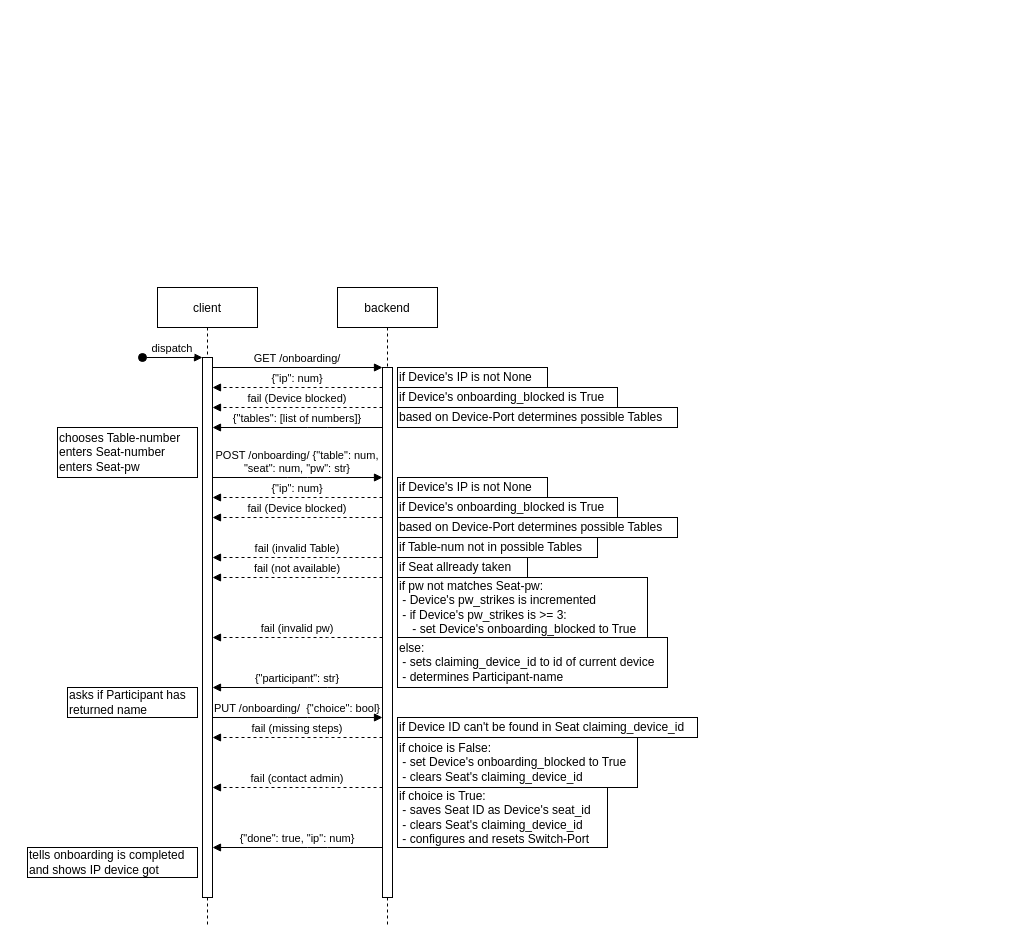
The draw.io diagram docs/onboarding_sequence.drawio in nils-ost/LanPartyOnboardingSystem, before the edit. Source tidied: cells renumbered, new cells numbered last; positions are measured from the earlier drawing's top-left corner, leaving out a move shared by most shapes. Both pictures are drawn from the tidied source at 100%, with x=0, y=0 at pixel (27, 287).
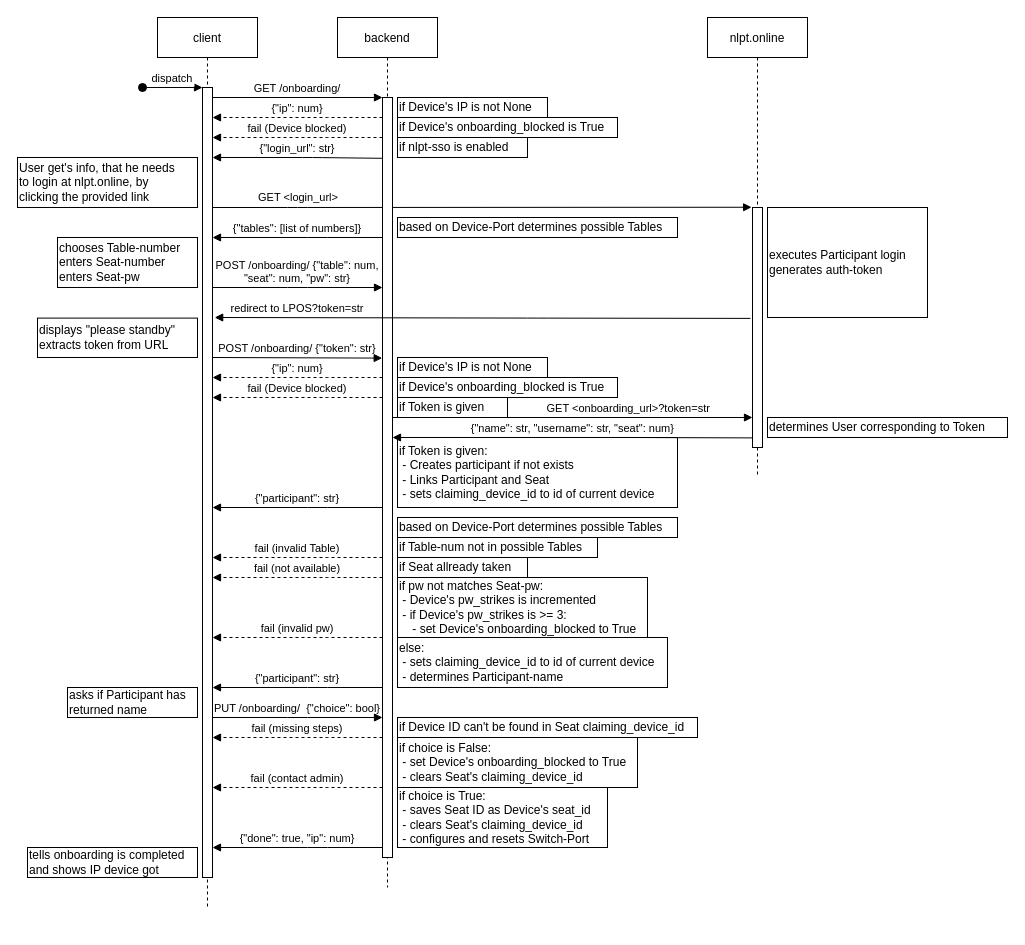
Above is the later version.

Commit message:
planed out how new onboarding-sequnce could work, considering nlpt-sso

What changed in the source:
```diff
@@
     <mxCell id="2" value="client" style="shape=umlLifeline;perimeter=lifelinePerimeter;rounded=0;shadow=0;strokeWidth=1;" parent="1" vertex="1">
-      <mxGeometry x="130" width="100" height="640" as="geometry" />
+      <mxGeometry x="130" y="-270" width="100" height="890" as="geometry" />
     </mxCell>
     <mxCell id="3" style="points=[];perimeter=orthogonalPerimeter;rounded=0;shadow=0;strokeWidth=1;" parent="2" vertex="1">
-      <mxGeometry x="45" y="70" width="10" height="540" as="geometry" />
+      <mxGeometry x="45" y="70" width="10" height="790" as="geometry" />
     </mxCell>
@@
-    <mxCell id="5" value="asks if Participant has&lt;br&gt;returned name" style="rounded=0;whiteSpace=wrap;html=1;align=left;" parent="2" vertex="1">
-      <mxGeometry x="-90" y="400" width="130" height="30" as="geometry" />
-    </mxCell>
+    <mxCell id="38" value="User get's info, that he needs&lt;br&gt;to login at nlpt.online, by&lt;br&gt;clicking the provided link" style="rounded=0;whiteSpace=wrap;html=1;align=left;" parent="2" vertex="1">
+      <mxGeometry x="-140" y="140" width="180" height="50" as="geometry" />
+    </mxCell>
+    <mxCell id="39" value="GET &lt;login_url&gt;" style="verticalAlign=bottom;endArrow=block;shadow=0;strokeWidth=1;labelBackgroundColor=none;entryX=-0.09;entryY=-0.001;entryDx=0;entryDy=0;entryPerimeter=0;" parent="2" edge="1" target="45">
+      <mxGeometry x="-0.68" y="1" relative="1" as="geometry">
+        <mxPoint x="55" y="190" as="sourcePoint" />
+        <Array as="points">
+          <mxPoint x="140" y="190" />
+        </Array>
+      </mxGeometry>
+    </mxCell>
     <mxCell id="6" value="backend" style="shape=umlLifeline;perimeter=lifelinePerimeter;rounded=0;shadow=0;strokeWidth=1;" parent="1" vertex="1">
-      <mxGeometry x="310" width="100" height="640" as="geometry" />
+      <mxGeometry x="310" y="-270" width="100" height="870" as="geometry" />
     </mxCell>
     <mxCell id="7" style="points=[];perimeter=orthogonalPerimeter;rounded=0;shadow=0;strokeWidth=1;" parent="6" vertex="1">
-      <mxGeometry x="45" y="80" width="10" height="530" as="geometry" />
+      <mxGeometry x="45" y="80" width="10" height="760" as="geometry" />
     </mxCell>
+    <mxCell id="13" value="fail (Device blocked)" style="verticalAlign=bottom;endArrow=block;shadow=0;strokeWidth=1;dashed=1;" parent="6" edge="1">
+      <mxGeometry relative="1" as="geometry">
+        <mxPoint x="45" y="120" as="sourcePoint" />
+        <mxPoint x="-125" y="120" as="targetPoint" />
+        <Array as="points">
+          <mxPoint x="-20" y="120" />
+        </Array>
+      </mxGeometry>
+    </mxCell>
+    <mxCell id="19" value="{&quot;ip&quot;: num}" style="verticalAlign=bottom;endArrow=block;shadow=0;strokeWidth=1;dashed=1;" parent="6" edge="1">
+      <mxGeometry relative="1" as="geometry">
+        <mxPoint x="45" y="100" as="sourcePoint" />
+        <mxPoint x="-125" y="100" as="targetPoint" />
+        <Array as="points">
+          <mxPoint x="-20" y="100" />
+        </Array>
+      </mxGeometry>
+    </mxCell>
+    <mxCell id="40" value="if nlpt-sso is enabled" style="rounded=0;whiteSpace=wrap;html=1;align=left;" parent="6" vertex="1">
+      <mxGeometry x="60" y="120" width="130" height="20" as="geometry" />
+    </mxCell>
+    <mxCell id="12" value="{&quot;tables&quot;: [list of numbers]}" style="verticalAlign=bottom;endArrow=block;shadow=0;strokeWidth=1;" parent="6" edge="1">
+      <mxGeometry relative="1" as="geometry">
+        <mxPoint x="45" y="220" as="sourcePoint" />
+        <mxPoint x="-125" y="220" as="targetPoint" />
+        <Array as="points">
+          <mxPoint x="-20" y="220" />
+        </Array>
+      </mxGeometry>
+    </mxCell>
+    <mxCell id="14" value="POST /onboarding/ {&quot;table&quot;: num,&#10;&quot;seat&quot;: num, &quot;pw&quot;: str}" style="verticalAlign=bottom;endArrow=block;entryX=0;entryY=0;shadow=0;strokeWidth=1;labelBackgroundColor=none;" parent="6" edge="1">
+      <mxGeometry relative="1" as="geometry">
+        <mxPoint x="-125" y="270" as="sourcePoint" />
+        <mxPoint x="45" y="270" as="targetPoint" />
+        <Array as="points">
+          <mxPoint x="-40" y="270" />
+        </Array>
+      </mxGeometry>
+    </mxCell>
+    <mxCell id="20" value="{&quot;ip&quot;: num}" style="verticalAlign=bottom;endArrow=block;shadow=0;strokeWidth=1;dashed=1;" parent="6" edge="1">
+      <mxGeometry relative="1" as="geometry">
+        <mxPoint x="45" y="360" as="sourcePoint" />
+        <mxPoint x="-125" y="360" as="targetPoint" />
+        <Array as="points">
+          <mxPoint x="-20" y="360" />
+        </Array>
+      </mxGeometry>
+    </mxCell>
+    <mxCell id="15" value="fail (Device blocked)" style="verticalAlign=bottom;endArrow=block;shadow=0;strokeWidth=1;dashed=1;" parent="6" edge="1">
+      <mxGeometry relative="1" as="geometry">
+        <mxPoint x="45" y="380" as="sourcePoint" />
+        <mxPoint x="-125" y="380" as="targetPoint" />
+        <Array as="points">
+          <mxPoint x="-20" y="380" />
+        </Array>
+      </mxGeometry>
+    </mxCell>
     <mxCell id="8" value="fail (invalid Table)" style="verticalAlign=bottom;endArrow=block;shadow=0;strokeWidth=1;dashed=1;" parent="6" edge="1">
       <mxGeometry relative="1" as="geometry">
-        <mxPoint x="45" y="270" as="sourcePoint" />
-        <mxPoint x="-125" y="270" as="targetPoint" />
+        <mxPoint x="45" y="540" as="sourcePoint" />
+        <mxPoint x="-125" y="540" as="targetPoint" />
         <Array as="points">
-          <mxPoint x="-20" y="270" />
+          <mxPoint x="-20" y="540" />
         </Array>
       </mxGeometry>
     </mxCell>
     <mxCell id="9" value="fail (not available)" style="verticalAlign=bottom;endArrow=block;shadow=0;strokeWidth=1;dashed=1;" parent="6" edge="1">
       <mxGeometry relative="1" as="geometry">
-        <mxPoint x="45" y="290" as="sourcePoint" />
-        <mxPoint x="-125" y="290" as="targetPoint" />
+        <mxPoint x="45" y="560" as="sourcePoint" />
+        <mxPoint x="-125" y="560" as="targetPoint" />
         <Array as="points">
-          <mxPoint x="-20" y="290" />
+          <mxPoint x="-20" y="560" />
         </Array>
       </mxGeometry>
     </mxCell>
     <mxCell id="10" value="fail (invalid pw)" style="verticalAlign=bottom;endArrow=block;shadow=0;strokeWidth=1;dashed=1;" parent="6" edge="1">
       <mxGeometry relative="1" as="geometry">
-        <mxPoint x="45" y="350" as="sourcePoint" />
-        <mxPoint x="-125" y="350" as="targetPoint" />
+        <mxPoint x="45" y="620" as="sourcePoint" />
+        <mxPoint x="-125" y="620" as="targetPoint" />
         <Array as="points">
-          <mxPoint x="-20" y="350" />
+          <mxPoint x="-20" y="620" />
         </Array>
       </mxGeometry>
     </mxCell>
     <mxCell id="11" value="{&quot;participant&quot;: str}" style="verticalAlign=bottom;endArrow=block;shadow=0;strokeWidth=1;" parent="6" edge="1">
       <mxGeometry relative="1" as="geometry">
-        <mxPoint x="45" y="400" as="sourcePoint" />
-        <mxPoint x="-125" y="400" as="targetPoint" />
+        <mxPoint x="45" y="670" as="sourcePoint" />
+        <mxPoint x="-125" y="670" as="targetPoint" />
         <Array as="points">
-          <mxPoint x="-20" y="400" />
+          <mxPoint x="-20" y="670" />
         </Array>
       </mxGeometry>
     </mxCell>
-    <mxCell id="12" value="{&quot;tables&quot;: [list of numbers]}" style="verticalAlign=bottom;endArrow=block;shadow=0;strokeWidth=1;" parent="6" edge="1">
-      <mxGeometry relative="1" as="geometry">
-        <mxPoint x="45" y="140" as="sourcePoint" />
-        <mxPoint x="-125" y="140" as="targetPoint" />
-        <Array as="points">
-          <mxPoint x="-20" y="140" />
-        </Array>
-      </mxGeometry>
-    </mxCell>
-    <mxCell id="13" value="fail (Device blocked)" style="verticalAlign=bottom;endArrow=block;shadow=0;strokeWidth=1;dashed=1;" parent="6" edge="1">
-      <mxGeometry relative="1" as="geometry">
-        <mxPoint x="45" y="120" as="sourcePoint" />
-        <mxPoint x="-125" y="120" as="targetPoint" />
-        <Array as="points">
-          <mxPoint x="-20" y="120" />
-        </Array>
-      </mxGeometry>
-    </mxCell>
-    <mxCell id="14" value="POST /onboarding/ {&quot;table&quot;: num,&#10;&quot;seat&quot;: num, &quot;pw&quot;: str}" style="verticalAlign=bottom;endArrow=block;entryX=0;entryY=0;shadow=0;strokeWidth=1;labelBackgroundColor=none;" parent="6" edge="1">
-      <mxGeometry relative="1" as="geometry">
-        <mxPoint x="-125" y="190" as="sourcePoint" />
-        <mxPoint x="45" y="190" as="targetPoint" />
-        <Array as="points">
-          <mxPoint x="-40" y="190" />
-        </Array>
-      </mxGeometry>
-    </mxCell>
-    <mxCell id="15" value="fail (Device blocked)" style="verticalAlign=bottom;endArrow=block;shadow=0;strokeWidth=1;dashed=1;" parent="6" edge="1">
-      <mxGeometry relative="1" as="geometry">
-        <mxPoint x="45" y="230" as="sourcePoint" />
-        <mxPoint x="-125" y="230" as="targetPoint" />
-        <Array as="points">
-          <mxPoint x="-20" y="230" />
-        </Array>
-      </mxGeometry>
-    </mxCell>
     <mxCell id="16" value="PUT /onboarding/  {&quot;choice&quot;: bool}" style="verticalAlign=bottom;endArrow=block;entryX=0;entryY=0;shadow=0;strokeWidth=1;labelBackgroundColor=none;" parent="6" edge="1">
       <mxGeometry relative="1" as="geometry">
-        <mxPoint x="-125" y="430" as="sourcePoint" />
-        <mxPoint x="45" y="430" as="targetPoint" />
+        <mxPoint x="-125" y="700" as="sourcePoint" />
+        <mxPoint x="45" y="700" as="targetPoint" />
         <Array as="points">
-          <mxPoint x="-40" y="430" />
+          <mxPoint x="-40" y="700" />
         </Array>
       </mxGeometry>
     </mxCell>
     <mxCell id="17" value="fail (missing steps)" style="verticalAlign=bottom;endArrow=block;shadow=0;strokeWidth=1;dashed=1;" parent="6" edge="1">
       <mxGeometry relative="1" as="geometry">
-        <mxPoint x="45" y="450" as="sourcePoint" />
-        <mxPoint x="-125" y="450" as="targetPoint" />
+        <mxPoint x="45" y="720" as="sourcePoint" />
+        <mxPoint x="-125" y="720" as="targetPoint" />
         <Array as="points">
-          <mxPoint x="-20" y="450" />
+          <mxPoint x="-20" y="720" />
         </Array>
       </mxGeometry>
     </mxCell>
     <mxCell id="18" value="fail (contact admin)" style="verticalAlign=bottom;endArrow=block;shadow=0;strokeWidth=1;dashed=1;" parent="6" edge="1">
       <mxGeometry relative="1" as="geometry">
-        <mxPoint x="45" y="500" as="sourcePoint" />
-        <mxPoint x="-125" y="500" as="targetPoint" />
+        <mxPoint x="45" y="770" as="sourcePoint" />
+        <mxPoint x="-125" y="770" as="targetPoint" />
         <Array as="points">
-          <mxPoint x="-20" y="500" />
+          <mxPoint x="-20" y="770" />
         </Array>
       </mxGeometry>
     </mxCell>
-    <mxCell id="19" value="{&quot;ip&quot;: num}" style="verticalAlign=bottom;endArrow=block;shadow=0;strokeWidth=1;dashed=1;" parent="6" edge="1">
-      <mxGeometry relative="1" as="geometry">
-        <mxPoint x="45" y="100" as="sourcePoint" />
-        <mxPoint x="-125" y="100" as="targetPoint" />
-        <Array as="points">
-          <mxPoint x="-20" y="100" />
-        </Array>
-      </mxGeometry>
-    </mxCell>
-    <mxCell id="20" value="{&quot;ip&quot;: num}" style="verticalAlign=bottom;endArrow=block;shadow=0;strokeWidth=1;dashed=1;" parent="6" edge="1">
-      <mxGeometry relative="1" as="geometry">
-        <mxPoint x="45" y="210" as="sourcePoint" />
-        <mxPoint x="-125" y="210" as="targetPoint" />
-        <Array as="points">
-          <mxPoint x="-20" y="210" />
-        </Array>
-      </mxGeometry>
-    </mxCell>
     <mxCell id="21" value="{&quot;done&quot;: true, &quot;ip&quot;: num}" style="verticalAlign=bottom;endArrow=block;shadow=0;strokeWidth=1;" parent="6" edge="1">
       <mxGeometry relative="1" as="geometry">
-        <mxPoint x="45" y="560" as="sourcePoint" />
-        <mxPoint x="-125" y="560" as="targetPoint" />
+        <mxPoint x="45" y="830" as="sourcePoint" />
+        <mxPoint x="-125" y="830" as="targetPoint" />
         <Array as="points">
-          <mxPoint x="-20" y="560" />
+          <mxPoint x="-20" y="830" />
         </Array>
       </mxGeometry>
     </mxCell>
+    <mxCell id="30" value="if Device's onboarding_blocked is True" style="rounded=0;whiteSpace=wrap;html=1;align=left;" parent="6" vertex="1">
+      <mxGeometry x="60" y="360" width="220" height="20" as="geometry" />
+    </mxCell>
+    <mxCell id="41" value="if Token is given" style="rounded=0;whiteSpace=wrap;html=1;align=left;" parent="6" vertex="1">
+      <mxGeometry x="60" y="380" width="110" height="20" as="geometry" />
+    </mxCell>
+    <mxCell id="42" value="GET &lt;onboarding_url&gt;?token=str" style="verticalAlign=bottom;endArrow=block;shadow=0;strokeWidth=1;labelBackgroundColor=none;exitX=1;exitY=0.253;exitDx=0;exitDy=0;exitPerimeter=0;" parent="6" edge="1" target="45">
+      <mxGeometry x="0.31" relative="1" as="geometry">
+        <mxPoint x="55.2" y="400" as="sourcePoint" />
+      </mxGeometry>
+    </mxCell>
+    <mxCell id="43" value="{&quot;participant&quot;: str}" style="verticalAlign=bottom;endArrow=block;shadow=0;strokeWidth=1;" parent="6" edge="1">
+      <mxGeometry relative="1" as="geometry">
+        <mxPoint x="45" y="490" as="sourcePoint" />
+        <mxPoint x="-125" y="490" as="targetPoint" />
+        <Array as="points">
+          <mxPoint x="-20" y="490" />
+        </Array>
+      </mxGeometry>
+    </mxCell>
@@
+    <mxCell id="29" value="if Device's onboarding_blocked is True" style="rounded=0;whiteSpace=wrap;html=1;align=left;" parent="1" vertex="1">
+      <mxGeometry x="370" y="-170" width="220" height="20" as="geometry" />
+    </mxCell>
+    <mxCell id="34" value="if Device's IP is not None" style="rounded=0;whiteSpace=wrap;html=1;align=left;" parent="1" vertex="1">
+      <mxGeometry x="370" y="-190" width="150" height="20" as="geometry" />
+    </mxCell>
+    <mxCell id="44" value="nlpt.online" style="shape=umlLifeline;perimeter=lifelinePerimeter;rounded=0;shadow=0;strokeWidth=1;" parent="1" vertex="1">
+      <mxGeometry x="680" y="-270" width="100" height="460" as="geometry" />
+    </mxCell>
+    <mxCell id="45" style="points=[];perimeter=orthogonalPerimeter;rounded=0;shadow=0;strokeWidth=1;" parent="44" vertex="1">
+      <mxGeometry x="45" y="190" width="10" height="240" as="geometry" />
+    </mxCell>
+    <mxCell id="46" value="{&quot;login_url&quot;: str}" style="verticalAlign=bottom;endArrow=block;shadow=0;strokeWidth=1;exitX=0;exitY=0.08;exitDx=0;exitDy=0;exitPerimeter=0;" parent="1" edge="1" source="7" target="3">
+      <mxGeometry relative="1" as="geometry">
+        <Array as="points">
+          <mxPoint x="285" y="-130" />
+        </Array>
+      </mxGeometry>
+    </mxCell>
+    <mxCell id="37" value="tells onboarding is completed&lt;br&gt;and shows IP device got" style="rounded=0;whiteSpace=wrap;html=1;align=left;" parent="1" vertex="1">
+      <mxGeometry y="560" width="170" height="30" as="geometry" />
+    </mxCell>
+    <mxCell id="5" value="asks if Participant has&lt;br&gt;returned name" style="rounded=0;whiteSpace=wrap;html=1;align=left;" parent="1" vertex="1">
+      <mxGeometry x="40" y="400" width="130" height="30" as="geometry" />
+    </mxCell>
+    <mxCell id="35" value="chooses Table-number&lt;br&gt;enters Seat-number&lt;br&gt;enters Seat-pw" style="rounded=0;whiteSpace=wrap;html=1;align=left;" parent="1" vertex="1">
+      <mxGeometry x="30" y="-50" width="140" height="50" as="geometry" />
+    </mxCell>
+    <mxCell id="47" value="executes Participant login&lt;br&gt;generates auth-token" style="rounded=0;whiteSpace=wrap;html=1;align=left;" parent="1" vertex="1">
+      <mxGeometry x="740" y="-80" width="160" height="110" as="geometry" />
+    </mxCell>
     <mxCell id="23" value="based on Device-Port determines possible Tables" style="rounded=0;whiteSpace=wrap;html=1;align=left;" parent="1" vertex="1">
-      <mxGeometry x="370" y="120" width="280" height="20" as="geometry" />
+      <mxGeometry x="370" y="-70" width="280" height="20" as="geometry" />
     </mxCell>
-    <mxCell id="24" value="if pw not matches Seat-pw:&lt;br&gt;&amp;nbsp;- Device's pw_strikes is incremented&lt;br&gt;&amp;nbsp;- if Device's pw_strikes is &amp;gt;= 3:&lt;br&gt;&amp;nbsp; &amp;nbsp; - set Device's onboarding_blocked to True" style="rounded=0;whiteSpace=wrap;html=1;align=left;" parent="1" vertex="1">
-      <mxGeometry x="370" y="290" width="250" height="60" as="geometry" />
-    </mxCell>
-    <mxCell id="25" value="else:&lt;br&gt;&amp;nbsp;- sets claiming_device_id to id of current device&lt;br&gt;&amp;nbsp;- determines Participant-name" style="rounded=0;whiteSpace=wrap;html=1;align=left;" parent="1" vertex="1">
-      <mxGeometry x="370" y="350" width="270" height="50" as="geometry" />
-    </mxCell>
+    <mxCell id="36" value="if Device's IP is not None" style="rounded=0;whiteSpace=wrap;html=1;align=left;" parent="1" vertex="1">
+      <mxGeometry x="370" y="70" width="150" height="20" as="geometry" />
+    </mxCell>
@@
-    <mxCell id="29" value="if Device's onboarding_blocked is True" style="rounded=0;whiteSpace=wrap;html=1;align=left;" parent="1" vertex="1">
-      <mxGeometry x="370" y="100" width="220" height="20" as="geometry" />
-    </mxCell>
-    <mxCell id="30" value="if Device's onboarding_blocked is True" style="rounded=0;whiteSpace=wrap;html=1;align=left;" parent="1" vertex="1">
-      <mxGeometry x="370" y="210" width="220" height="20" as="geometry" />
-    </mxCell>
+    <mxCell id="24" value="if pw not matches Seat-pw:&lt;br&gt;&amp;nbsp;- Device's pw_strikes is incremented&lt;br&gt;&amp;nbsp;- if Device's pw_strikes is &amp;gt;= 3:&lt;br&gt;&amp;nbsp; &amp;nbsp; - set Device's onboarding_blocked to True" style="rounded=0;whiteSpace=wrap;html=1;align=left;" parent="1" vertex="1">
+      <mxGeometry x="370" y="290" width="250" height="60" as="geometry" />
+    </mxCell>
+    <mxCell id="25" value="else:&lt;br&gt;&amp;nbsp;- sets claiming_device_id to id of current device&lt;br&gt;&amp;nbsp;- determines Participant-name" style="rounded=0;whiteSpace=wrap;html=1;align=left;" parent="1" vertex="1">
+      <mxGeometry x="370" y="350" width="270" height="50" as="geometry" />
+    </mxCell>
+    <mxCell id="32" value="if Device ID can't be found in Seat claiming_device_id" style="rounded=0;whiteSpace=wrap;html=1;align=left;" parent="1" vertex="1">
+      <mxGeometry x="370" y="430" width="300" height="20" as="geometry" />
+    </mxCell>
@@
-    <mxCell id="32" value="if Device ID can't be found in Seat claiming_device_id" style="rounded=0;whiteSpace=wrap;html=1;align=left;" parent="1" vertex="1">
-      <mxGeometry x="370" y="430" width="300" height="20" as="geometry" />
-    </mxCell>
@@
-    <mxCell id="34" value="if Device's IP is not None" style="rounded=0;whiteSpace=wrap;html=1;align=left;" parent="1" vertex="1">
-      <mxGeometry x="370" y="80" width="150" height="20" as="geometry" />
-    </mxCell>
-    <mxCell id="35" value="chooses Table-number&lt;br&gt;enters Seat-number&lt;br&gt;enters Seat-pw" style="rounded=0;whiteSpace=wrap;html=1;align=left;" parent="1" vertex="1">
-      <mxGeometry x="30" y="140" width="140" height="50" as="geometry" />
-    </mxCell>
-    <mxCell id="36" value="if Device's IP is not None" style="rounded=0;whiteSpace=wrap;html=1;align=left;" parent="1" vertex="1">
-      <mxGeometry x="370" y="190" width="150" height="20" as="geometry" />
-    </mxCell>
-    <mxCell id="37" value="tells onboarding is completed&lt;br&gt;and shows IP device got" style="rounded=0;whiteSpace=wrap;html=1;align=left;" parent="1" vertex="1">
-      <mxGeometry y="560" width="170" height="30" as="geometry" />
-    </mxCell>
+    <mxCell id="48" value="redirect to LPOS?token=str" style="verticalAlign=bottom;endArrow=block;shadow=0;strokeWidth=1;entryX=1.224;entryY=0.207;entryDx=0;entryDy=0;entryPerimeter=0;exitX=-0.205;exitY=0.062;exitDx=0;exitDy=0;exitPerimeter=0;" parent="1" edge="1">
+      <mxGeometry x="0.69" relative="1" as="geometry">
+        <mxPoint x="723" y="30.9" as="sourcePoint" />
+        <mxPoint x="187.2" y="30" as="targetPoint" />
+        <Array as="points">
+          <mxPoint x="510" y="30.6" />
+        </Array>
+      </mxGeometry>
+    </mxCell>
+    <mxCell id="49" value="POST /onboarding/ {&quot;token&quot;: str}" style="verticalAlign=bottom;endArrow=block;entryX=-0.033;entryY=0.244;shadow=0;strokeWidth=1;labelBackgroundColor=none;exitX=1;exitY=0.253;exitDx=0;exitDy=0;exitPerimeter=0;entryDx=0;entryDy=0;entryPerimeter=0;" parent="1" edge="1">
+      <mxGeometry relative="1" as="geometry">
+        <mxPoint x="185" y="70" as="sourcePoint" />
+        <mxPoint x="354.7" y="70.6" as="targetPoint" />
+      </mxGeometry>
+    </mxCell>
+    <mxCell id="50" value="displays &quot;please standby&quot;&lt;br&gt;extracts token from URL" style="rounded=0;whiteSpace=wrap;html=1;align=left;" parent="1" vertex="1">
+      <mxGeometry x="10" y="30.6" width="160" height="39.4" as="geometry" />
+    </mxCell>
+    <mxCell id="51" value="determines User corresponding to Token" style="rounded=0;whiteSpace=wrap;html=1;align=left;" parent="1" vertex="1">
+      <mxGeometry x="740" y="130" width="240" height="20" as="geometry" />
+    </mxCell>
+    <mxCell id="52" value="if Token is given:&lt;br&gt;&amp;nbsp;- Creates participant if not exists&lt;br&gt;&amp;nbsp;- Links Participant and Seat&lt;br&gt;&amp;nbsp;- sets claiming_device_id to id of current device" style="rounded=0;whiteSpace=wrap;html=1;align=left;" parent="1" vertex="1">
+      <mxGeometry x="370" y="150" width="280" height="70" as="geometry" />
+    </mxCell>
+    <mxCell id="53" value="{&quot;name&quot;: str, &quot;username&quot;: str, &quot;seat&quot;: num}" style="verticalAlign=bottom;endArrow=block;shadow=0;strokeWidth=1;exitX=0.033;exitY=0.376;exitDx=0;exitDy=0;exitPerimeter=0;" parent="1" edge="1">
+      <mxGeometry relative="1" as="geometry">
+        <mxPoint x="725.3" y="150.4" as="sourcePoint" />
+        <mxPoint x="365" y="150" as="targetPoint" />
+        <Array as="points">
+          <mxPoint x="600" y="150" />
+        </Array>
+      </mxGeometry>
+    </mxCell>
```
